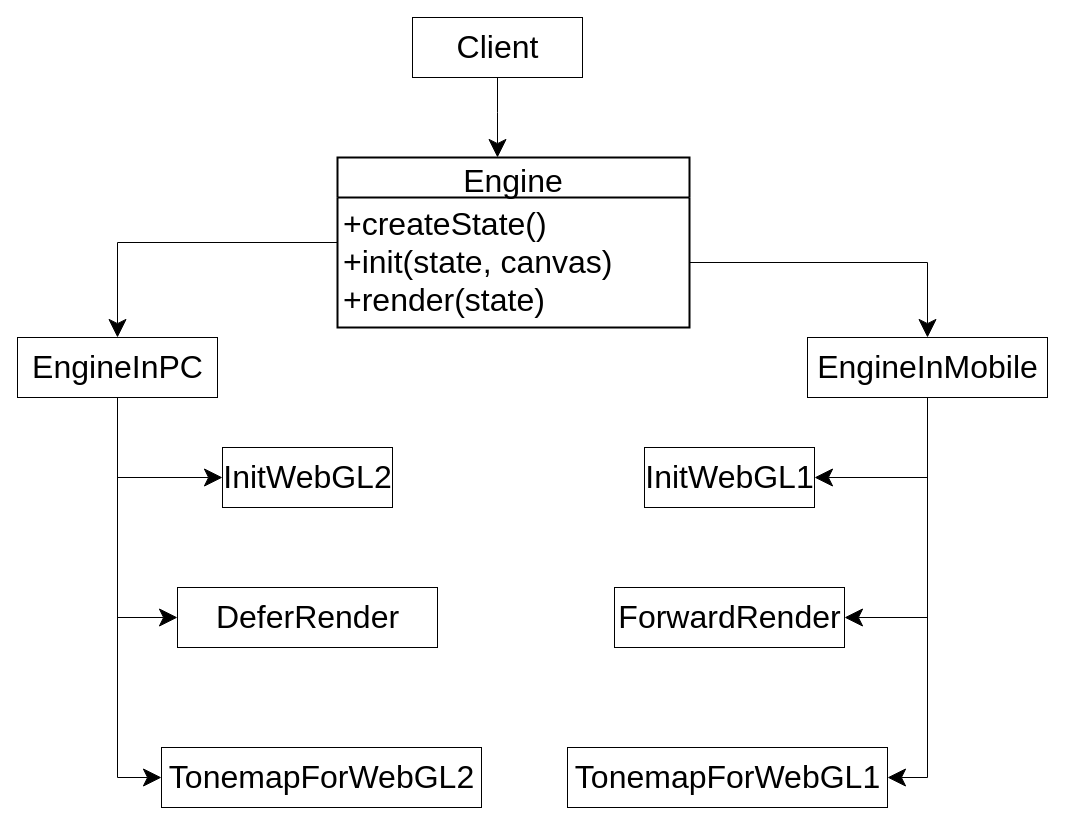
yyc-git/3DProgramPattern keeps this draw.io diagram as packages/管道模式/story_after/UML.drawio. Above is the earlier version. Source tidied: cells renumbered, new cells numbered last; positions are measured from the earlier drawing's top-left corner, leaving out a move shared by most shapes. Both pictures are drawn from the tidied source at 100%, with x=0, y=0 at pixel (17, 17).
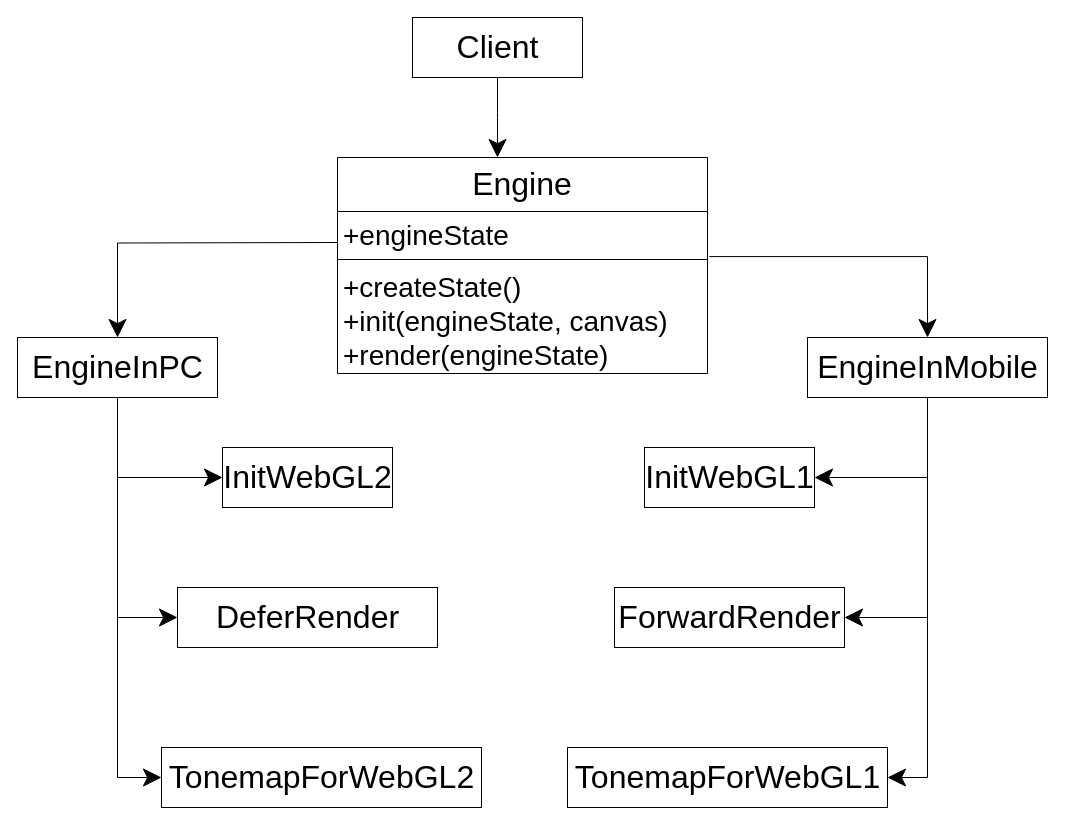
After the change.

Unchanged cells that the change refers to:
```xml
<mxCell id="5" value="EngineInPC" style="html=1;fontSize=32;" parent="1" vertex="1">
  <mxGeometry y="320" width="200" height="60" as="geometry" />
</mxCell>
<mxCell id="12" value="EngineInMobile" style="html=1;fontSize=32;" parent="1" vertex="1">
  <mxGeometry x="790" y="320" width="240" height="60" as="geometry" />
</mxCell>
```

The edit, as a diff of the source:
```diff
@@
-    <mxCell id="18" style="edgeStyle=orthogonalEdgeStyle;rounded=0;jettySize=auto;html=1;entryX=0.5;entryY=0;entryDx=0;entryDy=0;endSize=16;startSize=16;" parent="1" edge="1" source="19" target="5">
-      <mxGeometry relative="1" as="geometry" />
+    <mxCell id="18" style="edgeStyle=orthogonalEdgeStyle;rounded=0;jettySize=auto;html=1;entryX=0.5;entryY=0;entryDx=0;entryDy=0;endSize=16;startSize=16;" parent="1" edge="1" target="5">
+      <mxGeometry relative="1" as="geometry">
+        <mxPoint x="320" y="225" as="sourcePoint" />
+      </mxGeometry>
     </mxCell>
+    <mxCell id="21" style="edgeStyle=orthogonalEdgeStyle;rounded=0;jettySize=auto;html=1;endSize=16;startSize=16;exitX=1.005;exitY=1.025;exitDx=0;exitDy=0;exitPerimeter=0;" parent="1" edge="1" source="22" target="12">
+      <mxGeometry relative="1" as="geometry" />
+    </mxCell>
-    <mxCell id="19" value="Engine" style="swimlane;horizontal=1;startSize=40;rounded=0;fontSize=32;fontStyle=0;strokeWidth=2;shadow=0;dashed=0;align=center;" parent="1" vertex="1">
-      <mxGeometry x="320" y="140" width="352" height="170" as="geometry" />
+    <mxCell id="19" value="Engine" style="swimlane;fontStyle=0;align=center;verticalAlign=top;horizontal=1;startSize=54;fontSize=32;" parent="1" vertex="1">
+      <mxGeometry x="320" y="140" width="370" height="216" as="geometry" />
     </mxCell>
-    <mxCell id="20" value="+createState()&#10;+init(state, canvas)&#10;+render(state)" style="align=left;strokeColor=none;fillColor=none;spacingLeft=4;fontSize=32;verticalAlign=top;" parent="19" vertex="1">
-      <mxGeometry y="40" width="352" height="130" as="geometry" />
-    </mxCell>
-    <mxCell id="21" style="edgeStyle=orthogonalEdgeStyle;rounded=0;jettySize=auto;html=1;endSize=16;startSize=16;" parent="1" edge="1" source="20" target="12">
-      <mxGeometry relative="1" as="geometry" />
-    </mxCell>
+    <mxCell id="22" value="+engineState" style="text;strokeColor=none;fillColor=none;align=left;verticalAlign=top;spacingLeft=4;spacingRight=4;overflow=hidden;points=[[0,0.5],[1,0.5]];portConstraint=eastwest;fontSize=28;" parent="19" vertex="1">
+      <mxGeometry y="54" width="370" height="44" as="geometry" />
+    </mxCell>
+    <mxCell id="23" style="line;strokeWidth=1;fillColor=none;align=left;verticalAlign=middle;spacingTop=-1;spacingLeft=3;spacingRight=3;labelPosition=right;" parent="19" vertex="1">
+      <mxGeometry y="98" width="370" height="8" as="geometry" />
+    </mxCell>
+    <mxCell id="24" value="+createState()&#10;+init(engineState, canvas)&#10;+render(engineState)" style="text;strokeColor=none;fillColor=none;align=left;verticalAlign=top;spacingLeft=4;spacingRight=4;overflow=hidden;fontSize=28;" parent="19" vertex="1">
+      <mxGeometry y="106" width="370" height="110" as="geometry" />
+    </mxCell>
```
